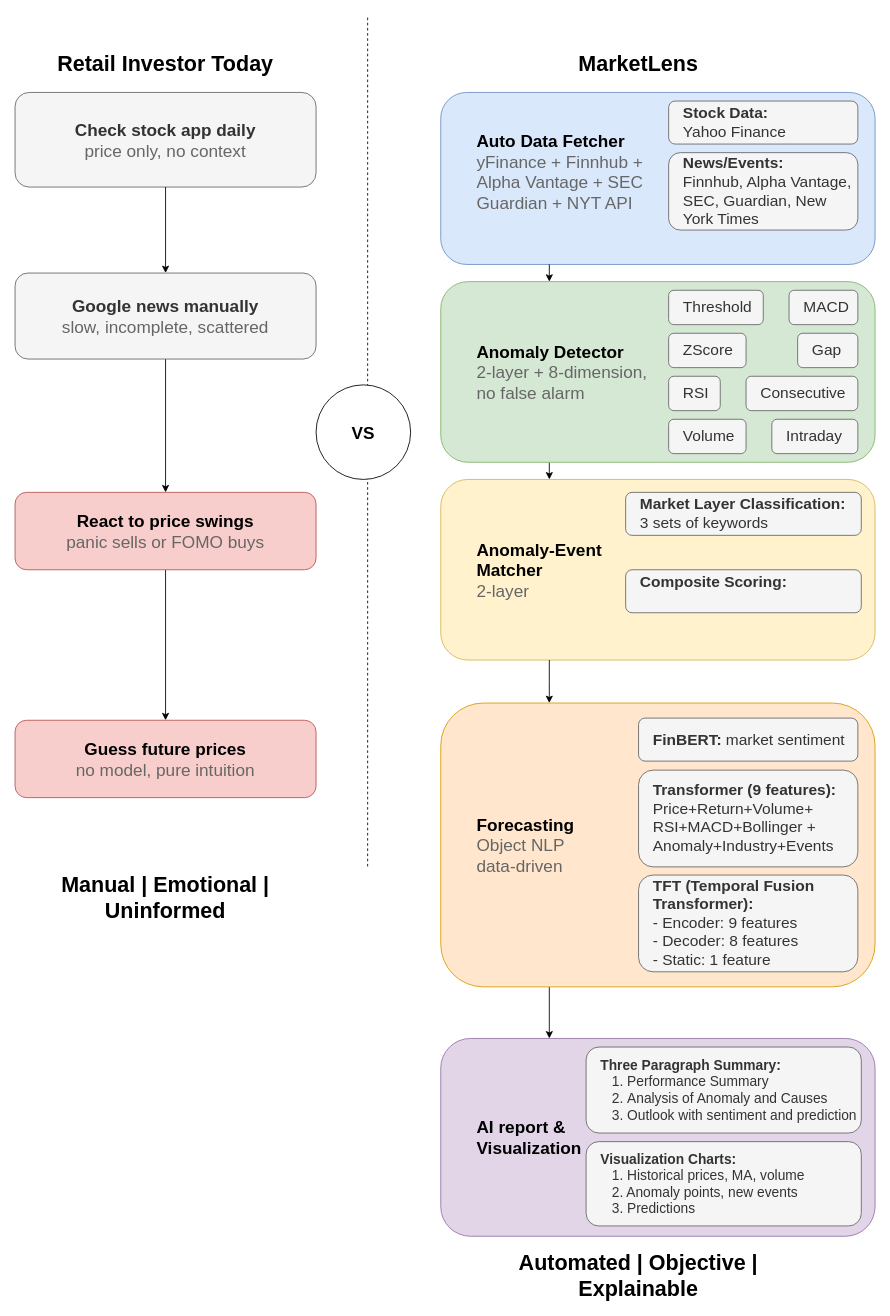
Before: Comparable Chart MarketLens-Showcase.drawio in Niuniu-Li-229/MarketLens-Showcase, a draw.io diagram. Source tidied: cells renumbered, new cells numbered last; positions are measured from the earlier drawing's top-left corner, leaving out a move shared by most shapes. Both pictures are drawn from the tidied source at 86%, with x=0, y=0 at pixel (15, 15).
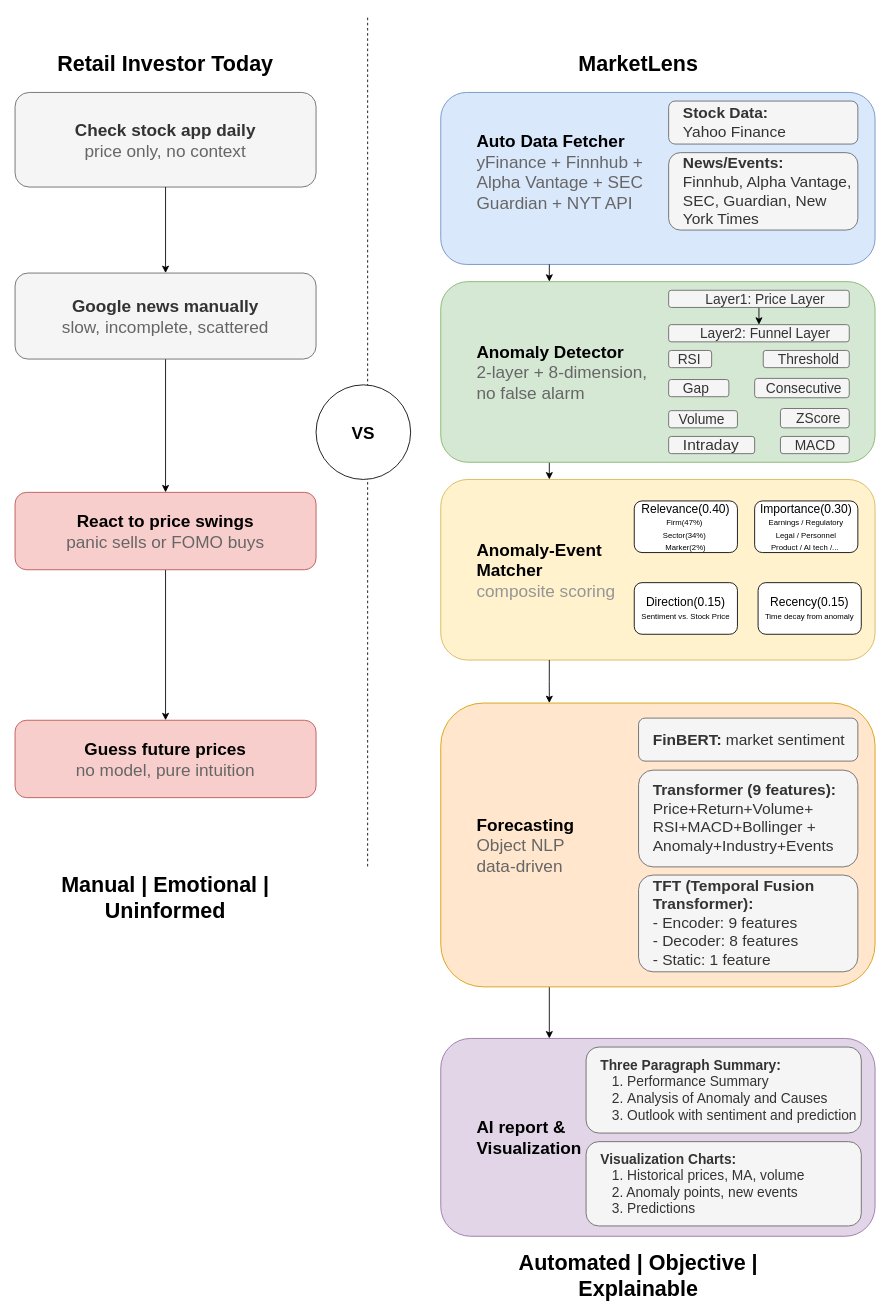
The same diagram, later.

The edit, as a diff of the source:
```diff
@@
+    <mxCell id="41" style="edgeStyle=orthogonalEdgeStyle;rounded=0;jettySize=auto;html=1;exitX=0.5;exitY=1;exitDx=0;exitDy=0;entryX=0.5;entryY=0;entryDx=0;entryDy=0;" parent="1" edge="1" source="8" target="42">
+      <mxGeometry relative="1" as="geometry" />
+    </mxCell>
-    <mxCell id="8" value="Threshold" style="rounded=1;whiteSpace=wrap;html=1;fillColor=#f5f5f5;fontColor=#333333;strokeColor=#666666;align=left;spacingLeft=15;fontSize=18;fontStyle=0;" parent="1" vertex="1">
-      <mxGeometry x="760" y="320" width="110" height="40" as="geometry" />
+    <mxCell id="8" value="&lt;font style=&quot;font-size: 16px;&quot;&gt;Layer1: Price Layer&lt;/font&gt;" style="rounded=1;whiteSpace=wrap;html=1;fillColor=#f5f5f5;fontColor=#333333;strokeColor=#666666;align=center;spacingLeft=15;fontSize=18;fontStyle=0;" parent="1" vertex="1">
+      <mxGeometry x="760" y="320" width="210" height="20" as="geometry" />
     </mxCell>
-    <mxCell id="9" value="ZScore" style="rounded=1;whiteSpace=wrap;html=1;fillColor=#f5f5f5;fontColor=#333333;strokeColor=#666666;align=left;spacingLeft=15;fontSize=18;fontStyle=0;" parent="1" vertex="1">
-      <mxGeometry x="760" y="370" width="90" height="40" as="geometry" />
+    <mxCell id="9" value="&lt;font style=&quot;font-size: 16px;&quot;&gt;ZScore&lt;/font&gt;" style="rounded=1;whiteSpace=wrap;html=1;fillColor=#f5f5f5;fontColor=#333333;strokeColor=#666666;align=center;spacingLeft=9;fontSize=18;fontStyle=0;" parent="1" vertex="1">
+      <mxGeometry x="890" y="457.5" width="80" height="22.5" as="geometry" />
     </mxCell>
-    <mxCell id="10" value="&lt;span&gt;RSI&lt;/span&gt;" style="rounded=1;whiteSpace=wrap;html=1;fillColor=#f5f5f5;fontColor=#333333;strokeColor=#666666;align=left;spacingLeft=15;fontSize=18;fontStyle=0;" parent="1" vertex="1">
-      <mxGeometry x="760" y="420" width="60" height="40" as="geometry" />
+    <mxCell id="10" value="&lt;span&gt;&lt;font style=&quot;font-size: 16px;&quot;&gt;RSI&lt;/font&gt;&lt;/span&gt;" style="rounded=1;whiteSpace=wrap;html=1;fillColor=#f5f5f5;fontColor=#333333;strokeColor=#666666;align=left;spacingLeft=9;fontSize=18;fontStyle=0;" parent="1" vertex="1">
+      <mxGeometry x="760" y="390" width="50" height="20" as="geometry" />
     </mxCell>
-    <mxCell id="11" value="Volume" style="rounded=1;whiteSpace=wrap;html=1;fillColor=#f5f5f5;fontColor=#333333;strokeColor=#666666;align=left;spacingLeft=15;fontSize=18;" parent="1" vertex="1">
-      <mxGeometry x="760" y="470" width="90" height="40" as="geometry" />
+    <mxCell id="11" value="&lt;font style=&quot;font-size: 16px;&quot;&gt;Volume&lt;/font&gt;" style="rounded=1;whiteSpace=wrap;html=1;fillColor=#f5f5f5;fontColor=#333333;strokeColor=#666666;align=left;spacingLeft=10;fontSize=18;" parent="1" vertex="1">
+      <mxGeometry x="760" y="460" width="80" height="20" as="geometry" />
     </mxCell>
@@
-    <mxCell id="32" value="MACD" style="rounded=1;whiteSpace=wrap;html=1;fillColor=#f5f5f5;fontColor=#333333;strokeColor=#666666;align=left;spacingLeft=15;fontSize=18;fontStyle=0;" parent="1" vertex="1">
-      <mxGeometry x="900" y="320" width="80" height="40" as="geometry" />
+    <mxCell id="32" value="&lt;font style=&quot;font-size: 16px;&quot;&gt;MACD&lt;/font&gt;" style="rounded=1;whiteSpace=wrap;html=1;fillColor=#f5f5f5;fontColor=#333333;strokeColor=#666666;align=left;spacingLeft=15;fontSize=18;fontStyle=0;" parent="1" vertex="1">
+      <mxGeometry x="890" y="490" width="80" height="20" as="geometry" />
     </mxCell>
-    <mxCell id="33" value="Gap" style="rounded=1;whiteSpace=wrap;html=1;fillColor=#f5f5f5;fontColor=#333333;strokeColor=#666666;align=left;spacingLeft=15;fontSize=18;fontStyle=0;" parent="1" vertex="1">
-      <mxGeometry x="910" y="370" width="70" height="40" as="geometry" />
+    <mxCell id="33" value="&lt;font style=&quot;font-size: 16px;&quot;&gt;Gap&lt;/font&gt;" style="rounded=1;whiteSpace=wrap;html=1;fillColor=#f5f5f5;fontColor=#333333;strokeColor=#666666;align=left;spacingLeft=15;fontSize=18;fontStyle=0;" parent="1" vertex="1">
+      <mxGeometry x="760" y="423.8" width="70" height="20" as="geometry" />
     </mxCell>
     <mxCell id="34" value="&lt;span&gt;Intraday&lt;/span&gt;" style="rounded=1;whiteSpace=wrap;html=1;fillColor=#f5f5f5;fontColor=#333333;strokeColor=#666666;align=left;spacingLeft=15;fontSize=18;fontStyle=0;" parent="1" vertex="1">
-      <mxGeometry x="880" y="470" width="100" height="40" as="geometry" />
+      <mxGeometry x="760" y="490" width="100" height="20" as="geometry" />
     </mxCell>
-    <mxCell id="35" value="Consecutive" style="rounded=1;whiteSpace=wrap;html=1;fillColor=#f5f5f5;fontColor=#333333;strokeColor=#666666;align=left;spacingLeft=15;fontSize=18;" parent="1" vertex="1">
-      <mxGeometry x="850" y="420" width="130" height="40" as="geometry" />
+    <mxCell id="35" value="&lt;font style=&quot;font-size: 16px;&quot;&gt;Consecutive&lt;/font&gt;" style="rounded=1;whiteSpace=wrap;html=1;fillColor=#f5f5f5;fontColor=#333333;strokeColor=#666666;align=center;spacingLeft=5;fontSize=18;" parent="1" vertex="1">
+      <mxGeometry x="860" y="422.5" width="110" height="22.5" as="geometry" />
     </mxCell>
@@
-    <mxCell id="37" value="&lt;blockquote style=&quot;margin: 0px 0px 0px 40px; border-width: medium; border-style: none; border-color: currentcolor; border-image: initial; padding: 0px;&quot;&gt;&lt;b&gt;Anomaly-Event&lt;/b&gt;&lt;/blockquote&gt;&lt;blockquote style=&quot;margin: 0px 0px 0px 40px; border-width: medium; border-style: none; border-color: currentcolor; border-image: initial; padding: 0px;&quot;&gt;&lt;b&gt;Matcher&lt;/b&gt;&lt;/blockquote&gt;&lt;blockquote style=&quot;margin: 0px 0px 0px 40px; border-width: medium; border-style: none; border-color: currentcolor; border-image: initial; padding: 0px;&quot;&gt;&lt;span style=&quot;color: light-dark(rgb(102, 102, 102), rgb(149, 149, 149)); background-color: transparent;&quot;&gt;2-layer&lt;/span&gt;&lt;/blockquote&gt;" style="rounded=1;whiteSpace=wrap;html=1;fillColor=#fff2cc;strokeColor=#d6b656;align=left;fontSize=20;" parent="1" vertex="1">
+    <mxCell id="37" value="&lt;blockquote style=&quot;margin: 0px 0px 0px 40px; border: medium none currentcolor; padding: 0px;&quot;&gt;&lt;b&gt;Anomaly-Event&lt;/b&gt;&lt;/blockquote&gt;&lt;blockquote style=&quot;margin: 0px 0px 0px 40px; border: medium none currentcolor; padding: 0px;&quot;&gt;&lt;b&gt;Matcher&lt;/b&gt;&lt;/blockquote&gt;&lt;blockquote style=&quot;margin: 0px 0px 0px 40px; border: medium none currentcolor; padding: 0px;&quot;&gt;&lt;font color=&quot;#959595&quot;&gt;composite scoring&lt;/font&gt;&lt;/blockquote&gt;" style="rounded=1;whiteSpace=wrap;html=1;fillColor=#fff2cc;strokeColor=#d6b656;align=left;fontSize=20;" parent="1" vertex="1">
       <mxGeometry x="495" y="540" width="505" height="210" as="geometry" />
     </mxCell>
@@
-    <mxCell id="39" value="&lt;b&gt;Market Layer Classification:&lt;/b&gt;&lt;div&gt;3 sets of keywords&lt;/div&gt;" style="rounded=1;whiteSpace=wrap;html=1;fillColor=#f5f5f5;fontColor=#333333;strokeColor=#666666;align=left;spacingLeft=15;fontSize=18;" parent="1" vertex="1">
-      <mxGeometry x="710" y="555" width="274" height="50" as="geometry" />
-    </mxCell>
-    <mxCell id="40" value="&lt;b&gt;Composite Scoring:&lt;/b&gt;&lt;div&gt;&lt;br&gt;&lt;/div&gt;" style="rounded=1;whiteSpace=wrap;html=1;fillColor=#f5f5f5;fontColor=#333333;strokeColor=#666666;align=left;spacingLeft=15;fontSize=18;" parent="1" vertex="1">
-      <mxGeometry x="710" y="645" width="274" height="50" as="geometry" />
-    </mxCell>
+    <mxCell id="42" value="&lt;font style=&quot;font-size: 16px;&quot;&gt;Layer2: Funnel Layer&lt;/font&gt;" style="rounded=1;whiteSpace=wrap;html=1;fillColor=#f5f5f5;fontColor=#333333;strokeColor=#666666;align=center;spacingLeft=15;fontSize=18;fontStyle=0;fontFamily=Helvetica;verticalAlign=middle;" parent="1" vertex="1">
+      <mxGeometry x="760" y="360" width="210" height="20" as="geometry" />
+    </mxCell>
+    <mxCell id="43" value="&lt;font style=&quot;font-size: 16px;&quot;&gt;Threshold&lt;/font&gt;" style="rounded=1;whiteSpace=wrap;html=1;fillColor=#f5f5f5;fontColor=#333333;strokeColor=#666666;align=center;spacingLeft=6;fontSize=18;fontStyle=0;" parent="1" vertex="1">
+      <mxGeometry x="870" y="390" width="100" height="20" as="geometry" />
+    </mxCell>
+    <mxCell id="44" value="&lt;font style=&quot;font-size: 14px;&quot;&gt;Relevance(0.40)&lt;/font&gt;&lt;div&gt;&lt;font style=&quot;font-size: 9px;&quot;&gt;Firm(47%)&amp;nbsp;&lt;/font&gt;&lt;/div&gt;&lt;div&gt;&lt;font style=&quot;font-size: 9px;&quot;&gt;Sector(34%)&amp;nbsp;&lt;/font&gt;&lt;/div&gt;&lt;div&gt;&lt;font style=&quot;font-size: 9px;&quot;&gt;Marker(2%)&lt;/font&gt;&lt;/div&gt;" style="rounded=1;whiteSpace=wrap;html=1;" parent="1" vertex="1">
+      <mxGeometry x="720" y="565" width="120" height="60" as="geometry" />
+    </mxCell>
+    <mxCell id="45" value="&lt;font style=&quot;font-size: 14px;&quot;&gt;Importance(0.30)&lt;/font&gt;&lt;div&gt;&lt;font style=&quot;font-size: 9px;&quot;&gt;Earnings&amp;nbsp;&lt;/font&gt;&lt;span style=&quot;background-color: transparent;&quot;&gt;&lt;font style=&quot;font-size: 9px;&quot;&gt;/ R&lt;/font&gt;&lt;/span&gt;&lt;span style=&quot;background-color: transparent;&quot;&gt;&lt;font style=&quot;font-size: 9px;&quot;&gt;egulatory&lt;/font&gt;&lt;/span&gt;&lt;/div&gt;&lt;div&gt;&lt;font style=&quot;font-size: 9px;&quot;&gt;&lt;span style=&quot;background-color: transparent; color: light-dark(rgb(0, 0, 0), rgb(255, 255, 255));&quot;&gt;Legal / P&lt;/span&gt;&lt;span style=&quot;background-color: transparent;&quot;&gt;ersonnel&lt;/span&gt;&lt;/font&gt;&lt;/div&gt;&lt;div&gt;&lt;font style=&quot;font-size: 9px;&quot;&gt;&lt;span style=&quot;background-color: transparent;&quot;&gt;Product / AI tech /...&lt;/span&gt;&lt;span style=&quot;background-color: transparent; color: light-dark(rgb(0, 0, 0), rgb(255, 255, 255));&quot;&gt;&amp;nbsp;&lt;/span&gt;&lt;/font&gt;&lt;/div&gt;" style="rounded=1;whiteSpace=wrap;html=1;" parent="1" vertex="1">
+      <mxGeometry x="860" y="565" width="120" height="60" as="geometry" />
+    </mxCell>
+    <mxCell id="46" value="&lt;font style=&quot;font-size: 14px;&quot;&gt;Direction(0.15)&lt;/font&gt;&lt;div&gt;&lt;font style=&quot;font-size: 9px;&quot;&gt;Sentiment vs. Stock Price&lt;/font&gt;&lt;/div&gt;" style="rounded=1;whiteSpace=wrap;html=1;" parent="1" vertex="1">
+      <mxGeometry x="720" y="660" width="120" height="60" as="geometry" />
+    </mxCell>
+    <mxCell id="47" value="&lt;font style=&quot;font-size: 14px;&quot;&gt;Recency(0.15)&lt;/font&gt;&lt;div&gt;&lt;font style=&quot;font-size: 9px;&quot;&gt;Time decay from anomaly&lt;/font&gt;&lt;/div&gt;" style="rounded=1;whiteSpace=wrap;html=1;" parent="1" vertex="1">
+      <mxGeometry x="864" y="660" width="120" height="60" as="geometry" />
+    </mxCell>
```
